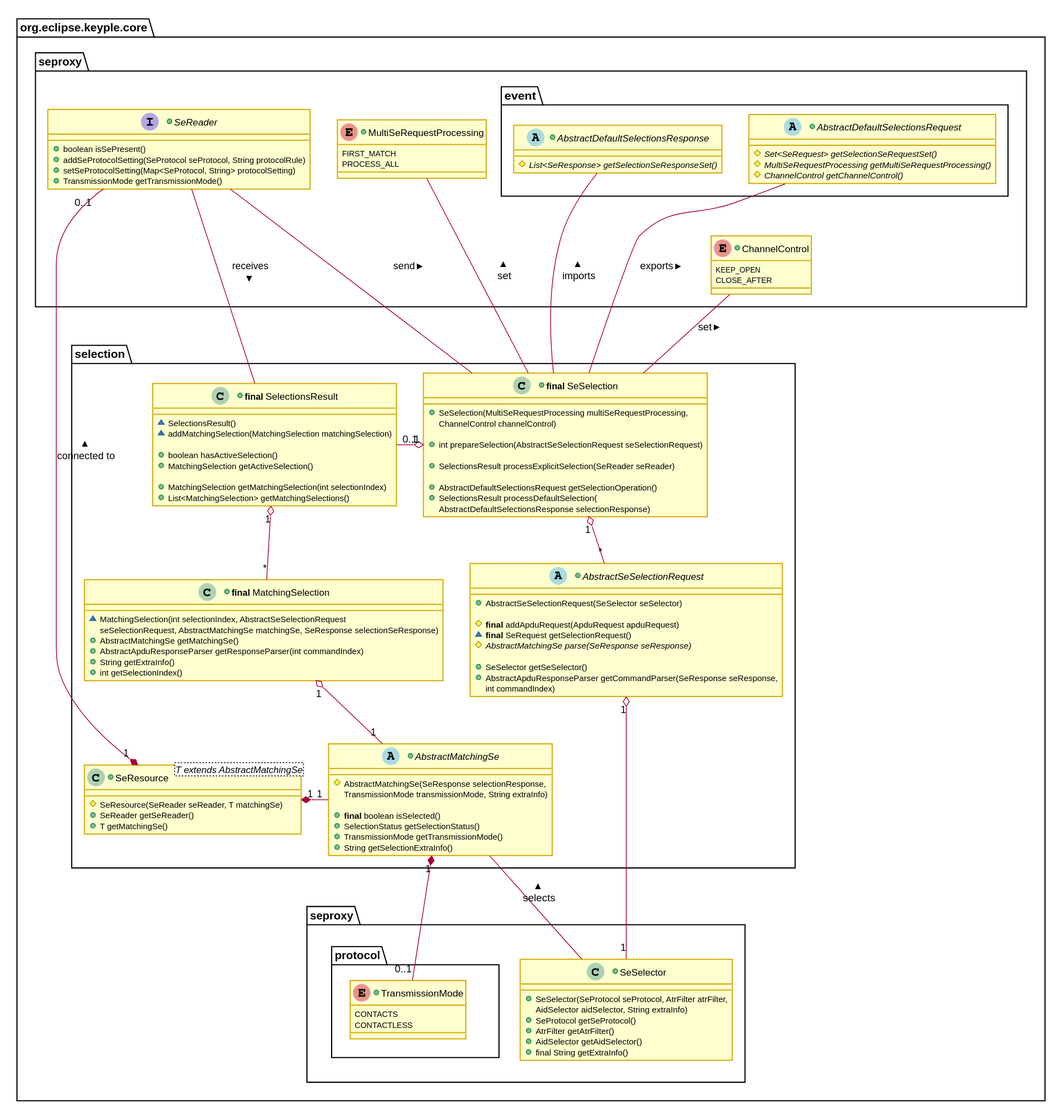
This is docs/KeypleCoreApi/ApplicationApi/img/KeypleCore_ApplicationApi_ClassDiag_Selection_SelectorAndSelection_0_8_0_p2.svg from calypsonet/keyple, a PlantUML export, as it was before one commit. Its diagram source:
```plantuml
@startuml
skinparam ClassBorderColor #D4AC0D
skinparam stereotypeABorderColor #A9DCDF
skinparam stereotypeIBorderColor #B4A7E5
skinparam stereotypeCBorderColor #ADD1B2
skinparam stereotypeEBorderColor #EB93DF
skinparam shadowing false

skinparam ClassBackgroundColor<<red>> #FDEDEC
skinparam ClassBorderColor<<red>> #E74C3C
hide <<red>> stereotype
skinparam ClassBackgroundColor<<purple>> #F4ECF7
skinparam ClassBorderColor<<purple>> #8E44AD
hide <<purple>> stereotype
skinparam ClassBackgroundColor<<blue>> #EBF5FB
skinparam ClassBorderColor<<blue>> #3498DB
hide <<blue>> stereotype
skinparam ClassBackgroundColor<<green>> #EAFAF1
skinparam ClassBorderColor<<green>> #2ECC71
hide <<green>> stereotype
skinparam ClassBackgroundColor<<grey>> #EAECEE
skinparam ClassBorderColor<<grey>> #2C3E50
hide <<grey>> stereotype

package org.eclipse.keyple.core #FFFFFF {
  package "seproxy" as seproxy_even #FFFFFF {
+interface SeReader {
  +boolean isSePresent()
  +addSeProtocolSetting(SeProtocol seProtocol, String protocolRule)
  +setSeProtocolSetting(Map<SeProtocol, String> protocolSetting)
  +TransmissionMode getTransmissionMode()
}
+enum ChannelControl {
	KEEP_OPEN
	CLOSE_AFTER
}
+enum MultiSeRequestProcessing {
	FIRST_MATCH
	PROCESS_ALL
}

    ChannelControl -up[hidden]- MultiSeRequestProcessing

    package event #FFFFFF {
+abstract AbstractDefaultSelectionsRequest {
  {abstract} #Set<SeRequest> getSelectionSeRequestSet()
  {abstract} #MultiSeRequestProcessing getMultiSeRequestProcessing()
  {abstract} #ChannelControl getChannelControl()
}

+abstract AbstractDefaultSelectionsResponse {
  {abstract} #List<SeResponse> getSelectionSeResponseSet()
}
    }
  }

  package selection #FFFFFF {
+class "<b>final</b> SeSelection" as SeSelection {
  +SeSelection(MultiSeRequestProcessing multiSeRequestProcessing,
    ChannelControl channelControl)

  +int prepareSelection(AbstractSeSelectionRequest seSelectionRequest)

  +SelectionsResult processExplicitSelection(SeReader seReader)

  +AbstractDefaultSelectionsRequest getSelectionOperation()
  +SelectionsResult processDefaultSelection(
    AbstractDefaultSelectionsResponse selectionResponse)
}
+abstract AbstractSeSelectionRequest {
  +AbstractSeSelectionRequest(SeSelector seSelector)

  #<b>final</b> addApduRequest(ApduRequest apduRequest)
  ~<b>final</b> SeRequest getSelectionRequest()
  {abstract} #AbstractMatchingSe parse(SeResponse seResponse)

  +SeSelector getSeSelector()
  +AbstractApduResponseParser getCommandParser(SeResponse seResponse,
  int commandIndex)
}

+abstract AbstractMatchingSe {
  #AbstractMatchingSe(SeResponse selectionResponse,
    TransmissionMode transmissionMode, String extraInfo)

  +<b>final</b> boolean isSelected()
  +SelectionStatus getSelectionStatus()
  +TransmissionMode getTransmissionMode()
  +String getSelectionExtraInfo()
}
+class "<b>final</b> MatchingSelection" as MatchingSelection {
  ~MatchingSelection(int selectionIndex, AbstractSeSelectionRequest
    seSelectionRequest, AbstractMatchingSe matchingSe, SeResponse selectionSeResponse)
  +AbstractMatchingSe getMatchingSe()
  +AbstractApduResponseParser getResponseParser(int commandIndex)
  +String getExtraInfo()
  +int getSelectionIndex()
}

+class "<b>final</b> SelectionsResult" as SelectionsResult {
  ~SelectionsResult()
  ~addMatchingSelection(MatchingSelection matchingSelection)

  +boolean hasActiveSelection()
  +MatchingSelection getActiveSelection()

  +MatchingSelection getMatchingSelection(int selectionIndex)
  +List<MatchingSelection> getMatchingSelections()
}
+class "SeResource<T extends AbstractMatchingSe>" as SeResource_T {
  #SeResource(SeReader seReader, T matchingSe)
  +SeReader getSeReader()
  +T getMatchingSe()
}

    SeResource_T "1" *-right- "1" AbstractMatchingSe
  }

  package "seproxy" as seproxy_protocol #FFFFFF {
    package protocol #FFFFFF {
+enum TransmissionMode {
  CONTACTS
  CONTACTLESS
}
    }

+class SeSelector {
  +SeSelector(SeProtocol seProtocol, AtrFilter atrFilter,
    AidSelector aidSelector, String extraInfo)
  +SeProtocol getSeProtocol()
  +AtrFilter getAtrFilter()
  +AidSelector getAidSelector()
  +final String getExtraInfo()
}

  protocol -right[hidden]- SeSelector
  }

  SeSelection -up- SeReader : send <
  ChannelControl -- SeSelection : set <
  MultiSeRequestProcessing -- SeSelection : set <
  SeSelection -up- AbstractDefaultSelectionsRequest : exports >
  SeSelection -up- AbstractDefaultSelectionsResponse : imports >

  SeSelection "1" o-down- "*" AbstractSeSelectionRequest
  SeSelection "1" o-left- "0..1" SelectionsResult

  SelectionsResult -up- SeReader : receives <

  AbstractSeSelectionRequest "1" o-down- "1" SeSelector

  SelectionsResult "1" o-down- "*" MatchingSelection
  MatchingSelection "1" o-down- "1" AbstractMatchingSe

  AbstractMatchingSe -- SeSelector : selects <

  AbstractMatchingSe "1" *-down- "0..1" TransmissionMode

  SeReader "0..1" --* "1" SeResource_T : connected to <
}
@enduml
```
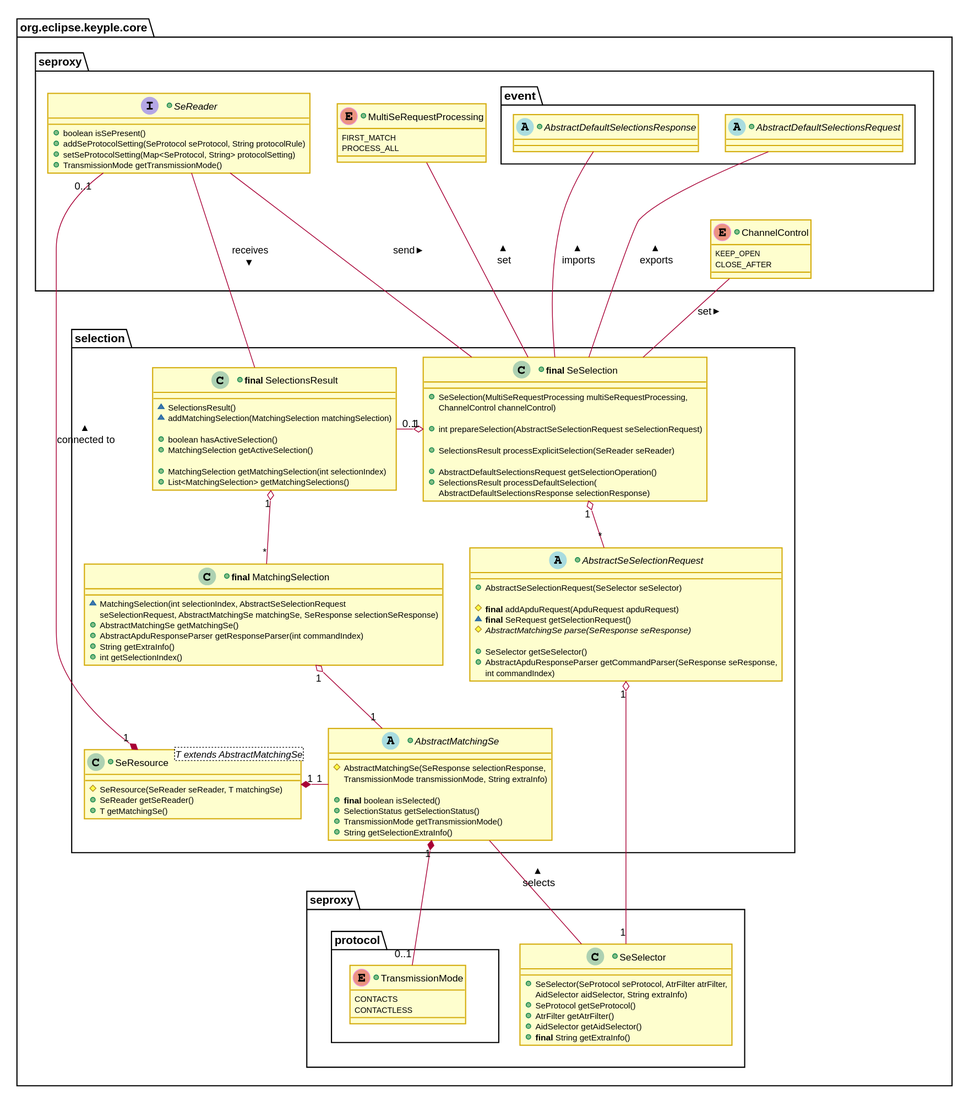
After the commit.

Diff of the diagram source:
```diff
@@ -43,13 +43,9 @@
 
     package event #FFFFFF {
 +abstract AbstractDefaultSelectionsRequest {
-  {abstract} #Set<SeRequest> getSelectionSeRequestSet()
-  {abstract} #MultiSeRequestProcessing getMultiSeRequestProcessing()
-  {abstract} #ChannelControl getChannelControl()
 }
 
 +abstract AbstractDefaultSelectionsResponse {
-  {abstract} #List<SeResponse> getSelectionSeResponseSet()
 }
     }
   }
@@ -130,7 +126,7 @@
   +SeProtocol getSeProtocol()
   +AtrFilter getAtrFilter()
   +AidSelector getAidSelector()
-  +final String getExtraInfo()
+  +<b>final</b> String getExtraInfo()
 }
 
   protocol -right[hidden]- SeSelector
```
